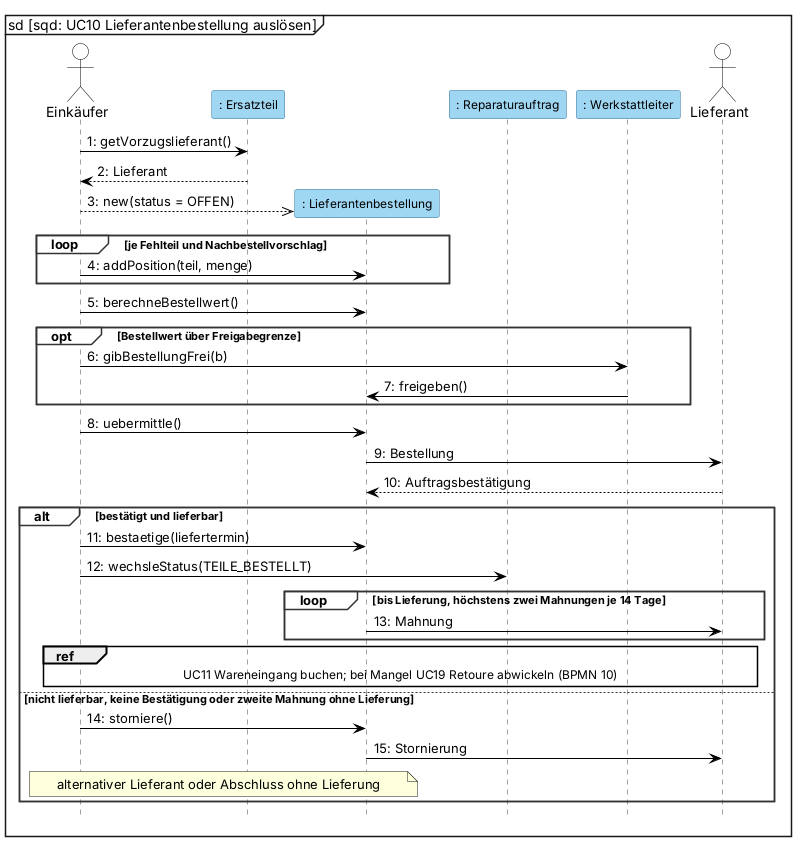
Above: 2_uml/entwurf-plantuml/sequenz-06-nachbestellvorschlag.png in jakobschwan123-cmd/casestudy-semester-3 (PlantUML), before the change.
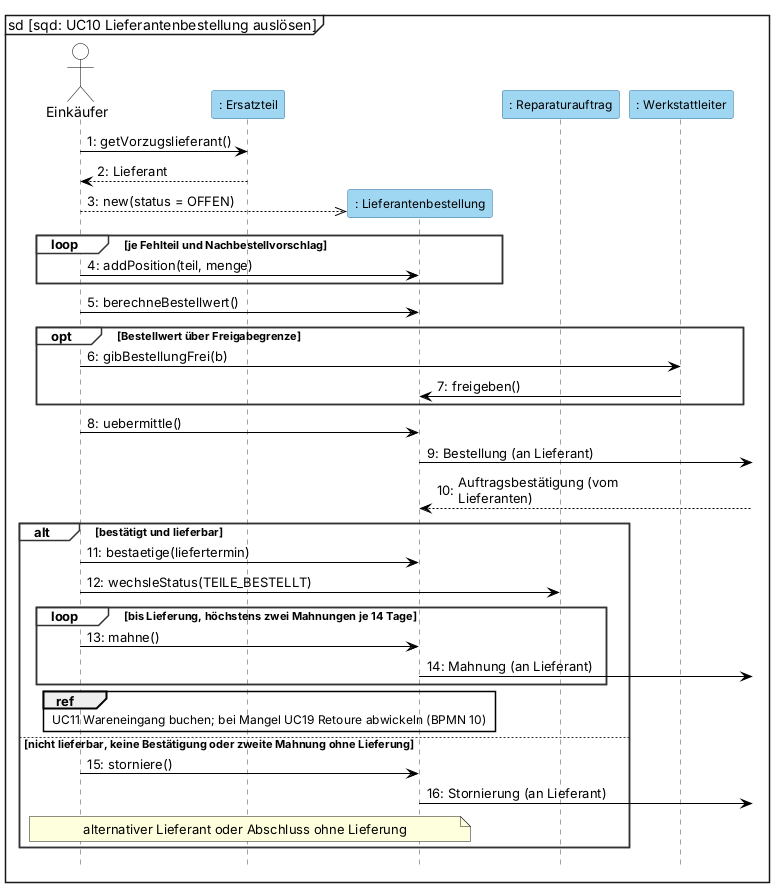
The same diagram one commit later.

The edit, as a diff of the source:
```diff
@@ -25,7 +25,6 @@
 participant ": Lieferantenbestellung" as BEST
 participant ": Reparaturauftrag" as RA
 participant ": Werkstattleiter" as WL
-actor Lieferant
 
 E -> ET : getVorzugslieferant()
 ET --> E : Lieferant
@@ -40,18 +39,19 @@
     WL -> BEST : freigeben()
 end
 E -> BEST : uebermittle()
-BEST -> Lieferant : Bestellung
-Lieferant --> BEST : Auftragsbestätigung
+BEST ->] : Bestellung (an Lieferant)
+BEST <--] : Auftragsbestätigung (vom Lieferanten)
 alt bestätigt und lieferbar
     E -> BEST : bestaetige(liefertermin)
     E -> RA : wechsleStatus(TEILE_BESTELLT)
     loop bis Lieferung, höchstens zwei Mahnungen je 14 Tage
-        BEST -> Lieferant : Mahnung
+        E -> BEST : mahne()
+        BEST ->] : Mahnung (an Lieferant)
     end
-    ref over E, BEST, Lieferant : UC11 Wareneingang buchen; bei Mangel UC19 Retoure abwickeln (BPMN 10)
+    ref over E, BEST : UC11 Wareneingang buchen; bei Mangel UC19 Retoure abwickeln (BPMN 10)
 else nicht lieferbar, keine Bestätigung oder zweite Mahnung ohne Lieferung
     E -> BEST : storniere()
-    BEST -> Lieferant : Stornierung
+    BEST ->] : Stornierung (an Lieferant)
     note over E, BEST : alternativer Lieferant oder Abschluss ohne Lieferung
 end
 @enduml
```
